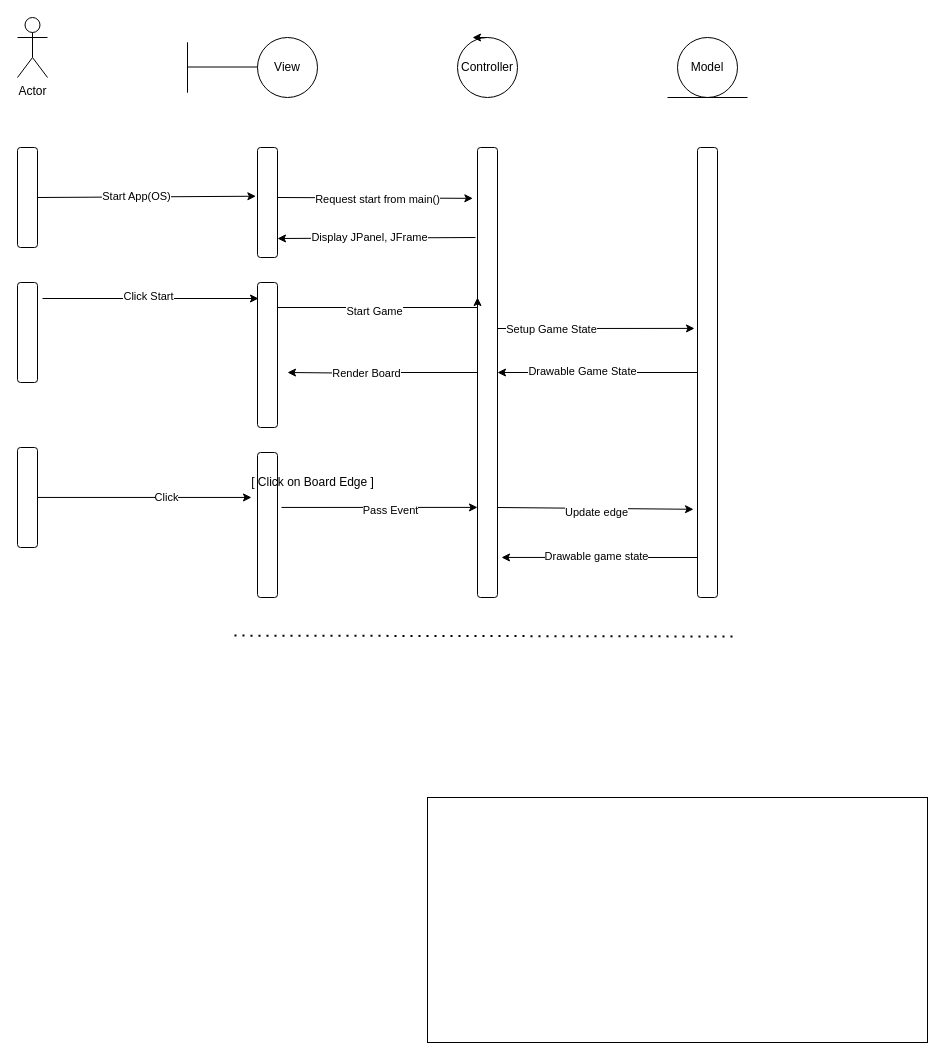
This is UML-activity-diagram.drawio from Juutar/COMP20050SEP2-1, a draw.io file, before an edit. Source tidied: cells renumbered, new cells numbered last; positions are measured from the earlier drawing's top-left corner, leaving out a move shared by most shapes. Both pictures are drawn from the tidied source at 100%, with x=0, y=0 at pixel (17, 17).
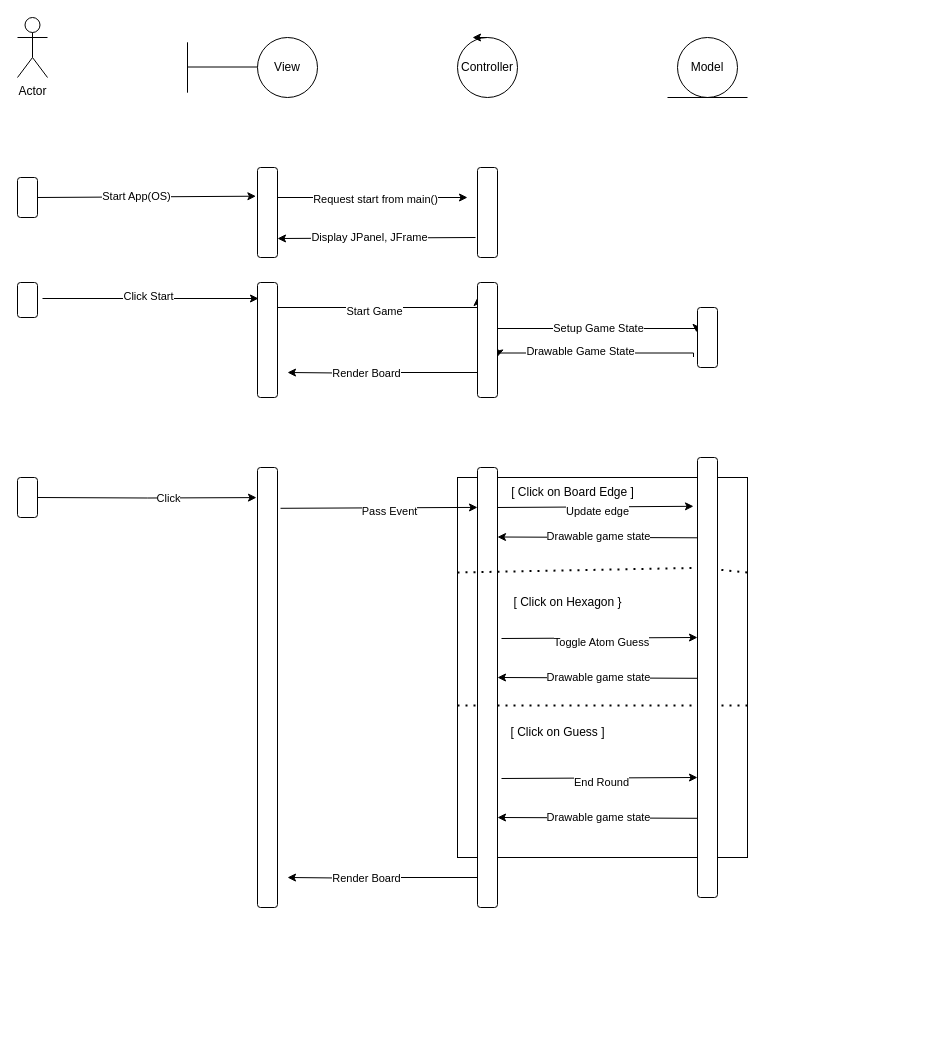
After the change.

Commit message:
Most Logic Done

The edit, as a diff of the source:
```diff
@@
     <mxCell id="10" style="rounded=1;whiteSpace=wrap;html=1;" parent="1" vertex="1">
-      <mxGeometry y="130" width="20" height="100" as="geometry" />
+      <mxGeometry y="160" width="20" height="40" as="geometry" />
     </mxCell>
-    <mxCell id="11" style="rounded=1;whiteSpace=wrap;html=1;" parent="1" vertex="1">
-      <mxGeometry x="240" y="130" width="20" height="110" as="geometry" />
-    </mxCell>
-    <mxCell id="12" style="edgeStyle=orthogonalEdgeStyle;rounded=0;jettySize=auto;html=1;entryX=-0.15;entryY=0.402;entryDx=0;entryDy=0;entryPerimeter=0;" parent="1" edge="1" source="16" target="19">
+    <mxCell id="12" style="edgeStyle=orthogonalEdgeStyle;rounded=0;orthogonalLoop=1;jettySize=auto;html=1;entryX=-0.05;entryY=0.237;entryDx=0;entryDy=0;entryPerimeter=0;" parent="1" edge="1">
       <mxGeometry relative="1" as="geometry">
+        <mxPoint x="480" y="311" as="sourcePoint" />
+        <mxPoint x="679" y="314.9" as="targetPoint" />
         <Array as="points">
-          <mxPoint x="530" y="311" />
-          <mxPoint x="530" y="311" />
+          <mxPoint x="679" y="311" />
         </Array>
       </mxGeometry>
     </mxCell>
     <mxCell id="13" value="Setup Game State" style="edgeLabel;html=1;align=center;verticalAlign=middle;" parent="12" vertex="1">
-      <mxGeometry x="-0.46" y="-1" relative="1" as="geometry" />
+      <mxGeometry x="-0.46" y="-1" relative="1" as="geometry">
+        <mxPoint x="45" y="-2" as="offset" />
+      </mxGeometry>
     </mxCell>
-    <mxCell id="14" style="edgeStyle=orthogonalEdgeStyle;rounded=0;jettySize=auto;html=1;" parent="1" edge="1" source="16">
+    <mxCell id="14" style="edgeStyle=orthogonalEdgeStyle;rounded=0;orthogonalLoop=1;jettySize=auto;html=1;" parent="1" edge="1">
       <mxGeometry relative="1" as="geometry">
+        <mxPoint x="460" y="355" as="sourcePoint" />
         <mxPoint x="270" y="355" as="targetPoint" />
         <Array as="points">
           <mxPoint x="370" y="355" />
           <mxPoint x="370" y="356" />
         </Array>
       </mxGeometry>
     </mxCell>
@@
-    <mxCell id="16" style="rounded=1;whiteSpace=wrap;html=1;" parent="1" vertex="1">
-      <mxGeometry x="460" y="130" width="20" height="450" as="geometry" />
-    </mxCell>
-    <mxCell id="17" style="edgeStyle=orthogonalEdgeStyle;rounded=0;jettySize=auto;html=1;entryX=1;entryY=0.5;entryDx=0;entryDy=0;" parent="1" edge="1" source="19" target="16">
-      <mxGeometry relative="1" as="geometry" />
-    </mxCell>
-    <mxCell id="18" value="Drawable Game State" style="edgeLabel;html=1;align=center;verticalAlign=middle;" parent="17" vertex="1">
-      <mxGeometry x="0.16" y="-2" relative="1" as="geometry" />
-    </mxCell>
-    <mxCell id="19" style="rounded=1;whiteSpace=wrap;html=1;" parent="1" vertex="1">
-      <mxGeometry x="680" y="130" width="20" height="450" as="geometry" />
-    </mxCell>
-    <mxCell id="20" style="endArrow=classic;html=1;rounded=0;entryX=-0.081;entryY=0.443;entryDx=0;entryDy=0;entryPerimeter=0;" parent="1" edge="1" target="11">
+    <mxCell id="20" style="endArrow=classic;html=1;rounded=0;entryX=-0.081;entryY=0.443;entryDx=0;entryDy=0;entryPerimeter=0;" parent="1" edge="1">
       <mxGeometry relative="1" as="geometry">
         <mxPoint x="20" y="180" as="sourcePoint" />
+        <mxPoint x="238.4" y="178.7" as="targetPoint" />
       </mxGeometry>
     </mxCell>
@@
-    <mxCell id="22" style="endArrow=classic;html=1;rounded=0;entryX=-0.233;entryY=0.113;entryDx=0;entryDy=0;entryPerimeter=0;" parent="1" edge="1" target="16">
+    <mxCell id="22" style="endArrow=classic;html=1;rounded=0;" parent="1" edge="1">
       <mxGeometry relative="1" as="geometry">
         <mxPoint x="260" y="180" as="sourcePoint" />
+        <mxPoint x="450" y="180" as="targetPoint" />
       </mxGeometry>
     </mxCell>
@@
     <mxCell id="26" style="rounded=1;whiteSpace=wrap;html=1;" parent="1" vertex="1">
-      <mxGeometry y="265" width="20" height="100" as="geometry" />
+      <mxGeometry y="265" width="20" height="35" as="geometry" />
     </mxCell>
     <mxCell id="27" style="rounded=1;whiteSpace=wrap;html=1;" parent="1" vertex="1">
-      <mxGeometry x="240" y="265" width="20" height="145" as="geometry" />
+      <mxGeometry x="240" y="265" width="20" height="115" as="geometry" />
     </mxCell>
@@
-    <mxCell id="30" style="endArrow=none;dashed=1;html=1;dashPattern=1 3;strokeWidth=2;rounded=0;exitX=-0.006;exitY=0.686;exitDx=0;exitDy=0;exitPerimeter=0;entryX=0.998;entryY=0.69;entryDx=0;entryDy=0;entryPerimeter=0;" parent="1" edge="1">
-      <mxGeometry relative="1" as="geometry">
-        <mxPoint x="217" y="618.1" as="sourcePoint" />
-        <mxPoint x="719" y="619" as="targetPoint" />
-      </mxGeometry>
-    </mxCell>
@@
-    <mxCell id="33" style="rounded=1;whiteSpace=wrap;html=1;" parent="1" vertex="1">
-      <mxGeometry y="430" width="20" height="100" as="geometry" />
-    </mxCell>
-    <mxCell id="34" style="rounded=1;whiteSpace=wrap;html=1;" parent="1" vertex="1">
-      <mxGeometry x="240" y="435" width="20" height="145" as="geometry" />
-    </mxCell>
-    <mxCell id="35" style="edgeStyle=orthogonalEdgeStyle;rounded=0;jettySize=auto;html=1;entryX=-0.3;entryY=0.31;entryDx=0;entryDy=0;entryPerimeter=0;" parent="1" edge="1" source="33" target="34">
-      <mxGeometry relative="1" as="geometry" />
+    <mxCell id="35" style="edgeStyle=orthogonalEdgeStyle;rounded=0;orthogonalLoop=1;jettySize=auto;html=1;entryX=-0.05;entryY=0.093;entryDx=0;entryDy=0;entryPerimeter=0;" parent="1" edge="1">
+      <mxGeometry relative="1" as="geometry">
+        <mxPoint x="20" y="480" as="sourcePoint" />
+        <mxPoint x="239" y="480.1" as="targetPoint" />
+      </mxGeometry>
     </mxCell>
@@
-    <mxCell id="37" style="endArrow=classic;html=1;rounded=0;exitX=1.2;exitY=0.379;exitDx=0;exitDy=0;exitPerimeter=0;entryX=0.48;entryY=0.163;entryDx=0;entryDy=0;entryPerimeter=0;" parent="1" edge="1" source="34">
+    <mxCell id="37" style="endArrow=classic;html=1;rounded=0;exitX=1.15;exitY=0.115;exitDx=0;exitDy=0;exitPerimeter=0;entryX=0.48;entryY=0.163;entryDx=0;entryDy=0;entryPerimeter=0;" parent="1" edge="1">
       <mxGeometry relative="1" as="geometry">
+        <mxPoint x="263" y="490.8" as="sourcePoint" />
         <mxPoint x="460" y="489.9" as="targetPoint" />
       </mxGeometry>
     </mxCell>
@@
     <mxCell id="39" value="[ Click on Board Edge ]" style="text;html=1;align=center;verticalAlign=middle;strokeColor=none;fillColor=none;" parent="1" vertex="1">
-      <mxGeometry x="220" y="450" width="150" height="30" as="geometry" />
+      <mxGeometry x="480" y="460" width="150" height="30" as="geometry" />
     </mxCell>
-    <mxCell id="40" style="endArrow=classic;html=1;rounded=0;entryX=-0.2;entryY=0.804;entryDx=0;entryDy=0;entryPerimeter=0;" parent="1" edge="1" target="19">
+    <mxCell id="40" style="endArrow=classic;html=1;rounded=0;entryX=-0.2;entryY=0.46;entryDx=0;entryDy=0;entryPerimeter=0;" parent="1" edge="1">
       <mxGeometry relative="1" as="geometry">
         <mxPoint x="480" y="490" as="sourcePoint" />
+        <mxPoint x="676" y="488.8" as="targetPoint" />
       </mxGeometry>
     </mxCell>
@@
     <mxCell id="42" style="rounded=0;whiteSpace=wrap;html=1;fillColor=none;" parent="1" vertex="1">
-      <mxGeometry x="410" y="780" width="500" height="245" as="geometry" />
+      <mxGeometry x="440" y="460" width="290" height="380" as="geometry" />
     </mxCell>
-    <mxCell id="43" style="endArrow=classic;html=1;rounded=0;entryX=1.2;entryY=0.911;entryDx=0;entryDy=0;entryPerimeter=0;" parent="1" edge="1" target="16">
-      <mxGeometry relative="1" as="geometry">
-        <mxPoint x="680" y="540" as="sourcePoint" />
-      </mxGeometry>
-    </mxCell>
-    <mxCell id="44" value="Drawable game state" style="edgeLabel;html=1;align=center;verticalAlign=middle;" parent="43" vertex="1">
-      <mxGeometry x="0.04" y="-1" relative="1" as="geometry" />
-    </mxCell>
+    <mxCell id="45" style="edgeStyle=orthogonalEdgeStyle;rounded=0;orthogonalLoop=1;jettySize=auto;html=1;entryX=1.2;entryY=0.33;entryDx=0;entryDy=0;entryPerimeter=0;" parent="1" edge="1">
+      <mxGeometry relative="1" as="geometry">
+        <mxPoint x="676" y="339.5" as="sourcePoint" />
+        <mxPoint x="480" y="339.4" as="targetPoint" />
+        <Array as="points">
+          <mxPoint x="676" y="335.5" />
+          <mxPoint x="481" y="335.5" />
+        </Array>
+      </mxGeometry>
+    </mxCell>
+    <mxCell id="18" value="Drawable Game State" style="edgeLabel;html=1;align=center;verticalAlign=middle;" parent="45" vertex="1">
+      <mxGeometry x="0.16" y="-2" relative="1" as="geometry" />
+    </mxCell>
+    <mxCell id="46" style="endArrow=classic;html=1;rounded=0;entryX=-0.2;entryY=0.46;entryDx=0;entryDy=0;entryPerimeter=0;" parent="1" edge="1">
+      <mxGeometry relative="1" as="geometry">
+        <mxPoint x="484" y="621" as="sourcePoint" />
+        <mxPoint x="680" y="620" as="targetPoint" />
+      </mxGeometry>
+    </mxCell>
+    <mxCell id="47" value="Toggle Atom Guess" style="edgeLabel;html=1;align=center;verticalAlign=middle;" parent="46" vertex="1">
+      <mxGeometry x="0.01" y="-4" relative="1" as="geometry" />
+    </mxCell>
+    <mxCell id="48" style="endArrow=classic;html=1;rounded=0;entryX=-0.2;entryY=0.46;entryDx=0;entryDy=0;entryPerimeter=0;" parent="1" edge="1">
+      <mxGeometry relative="1" as="geometry">
+        <mxPoint x="484" y="761" as="sourcePoint" />
+        <mxPoint x="680" y="760" as="targetPoint" />
+      </mxGeometry>
+    </mxCell>
+    <mxCell id="49" value="End Round" style="edgeLabel;html=1;align=center;verticalAlign=middle;" parent="48" vertex="1">
+      <mxGeometry x="0.01" y="-4" relative="1" as="geometry" />
+    </mxCell>
+    <mxCell id="50" style="endArrow=none;dashed=1;html=1;dashPattern=1 3;strokeWidth=2;rounded=0;exitX=0;exitY=0.25;exitDx=0;exitDy=0;entryX=1;entryY=0.25;entryDx=0;entryDy=0;" parent="1" edge="1" source="70" target="42">
+      <mxGeometry relative="1" as="geometry" />
+    </mxCell>
+    <mxCell id="51" value="[ Click on Hexagon }" style="text;html=1;align=center;verticalAlign=middle;strokeColor=none;fillColor=none;" parent="1" vertex="1">
+      <mxGeometry x="480" y="570" width="140" height="30" as="geometry" />
+    </mxCell>
+    <mxCell id="52" value="[ Click on Guess ]" style="text;html=1;align=center;verticalAlign=middle;strokeColor=none;fillColor=none;" parent="1" vertex="1">
+      <mxGeometry x="480" y="700" width="120" height="30" as="geometry" />
+    </mxCell>
+    <mxCell id="53" style="edgeStyle=orthogonalEdgeStyle;rounded=0;orthogonalLoop=1;jettySize=auto;html=1;" parent="1" edge="1">
+      <mxGeometry relative="1" as="geometry">
+        <mxPoint x="460" y="860" as="sourcePoint" />
+        <mxPoint x="270" y="860" as="targetPoint" />
+        <Array as="points">
+          <mxPoint x="370" y="860" />
+          <mxPoint x="370" y="861" />
+        </Array>
+      </mxGeometry>
+    </mxCell>
+    <mxCell id="54" value="Render Board" style="edgeLabel;html=1;align=center;verticalAlign=middle;" parent="53" vertex="1">
+      <mxGeometry x="0.18" relative="1" as="geometry" />
+    </mxCell>
+    <mxCell id="55" style="endArrow=classic;html=1;rounded=0;entryX=1;entryY=0.493;entryDx=0;entryDy=0;entryPerimeter=0;" parent="1" edge="1">
+      <mxGeometry relative="1" as="geometry">
+        <mxPoint x="680" y="520.3" as="sourcePoint" />
+        <mxPoint x="480" y="519.5" as="targetPoint" />
+      </mxGeometry>
+    </mxCell>
+    <mxCell id="56" value="Drawable game state" style="edgeLabel;html=1;align=center;verticalAlign=middle;" parent="55" vertex="1">
+      <mxGeometry x="0.04" y="-1" relative="1" as="geometry">
+        <mxPoint x="4" as="offset" />
+      </mxGeometry>
+    </mxCell>
+    <mxCell id="57" style="endArrow=classic;html=1;rounded=0;entryX=1;entryY=0.493;entryDx=0;entryDy=0;entryPerimeter=0;" parent="1" edge="1">
+      <mxGeometry relative="1" as="geometry">
+        <mxPoint x="680" y="660.8" as="sourcePoint" />
+        <mxPoint x="480" y="660" as="targetPoint" />
+      </mxGeometry>
+    </mxCell>
+    <mxCell id="58" value="Drawable game state" style="edgeLabel;html=1;align=center;verticalAlign=middle;" parent="57" vertex="1">
+      <mxGeometry x="0.04" y="-1" relative="1" as="geometry">
+        <mxPoint x="4" as="offset" />
+      </mxGeometry>
+    </mxCell>
+    <mxCell id="59" style="endArrow=classic;html=1;rounded=0;entryX=1;entryY=0.493;entryDx=0;entryDy=0;entryPerimeter=0;" parent="1" edge="1">
+      <mxGeometry relative="1" as="geometry">
+        <mxPoint x="680" y="800.8" as="sourcePoint" />
+        <mxPoint x="480" y="800" as="targetPoint" />
+      </mxGeometry>
+    </mxCell>
+    <mxCell id="60" value="Drawable game state" style="edgeLabel;html=1;align=center;verticalAlign=middle;" parent="59" vertex="1">
+      <mxGeometry x="0.04" y="-1" relative="1" as="geometry">
+        <mxPoint x="4" as="offset" />
+      </mxGeometry>
+    </mxCell>
+    <mxCell id="61" style="endArrow=none;dashed=1;html=1;dashPattern=1 3;strokeWidth=2;rounded=0;entryX=-0.017;entryY=0.6;entryDx=0;entryDy=0;entryPerimeter=0;exitX=1;exitY=0.6;exitDx=0;exitDy=0;exitPerimeter=0;" parent="1" edge="1" source="42" target="42">
+      <mxGeometry relative="1" as="geometry" />
+    </mxCell>
+    <mxCell id="62" style="rounded=1;whiteSpace=wrap;html=1;" parent="1" vertex="1">
+      <mxGeometry x="460" y="150" width="20" height="90" as="geometry" />
+    </mxCell>
+    <mxCell id="63" style="rounded=1;whiteSpace=wrap;html=1;" parent="1" vertex="1">
+      <mxGeometry x="460" y="265" width="20" height="115" as="geometry" />
+    </mxCell>
+    <mxCell id="64" style="rounded=1;whiteSpace=wrap;html=1;" parent="1" vertex="1">
+      <mxGeometry x="680" y="290" width="20" height="60" as="geometry" />
+    </mxCell>
+    <mxCell id="65" style="rounded=1;whiteSpace=wrap;html=1;" parent="1" vertex="1">
+      <mxGeometry x="240" y="150" width="20" height="90" as="geometry" />
+    </mxCell>
+    <mxCell id="66" style="rounded=1;whiteSpace=wrap;html=1;" parent="1" vertex="1">
+      <mxGeometry y="460" width="20" height="40" as="geometry" />
+    </mxCell>
+    <mxCell id="67" style="rounded=1;whiteSpace=wrap;html=1;" parent="1" vertex="1">
+      <mxGeometry x="240" y="450" width="20" height="440" as="geometry" />
+    </mxCell>
+    <mxCell id="68" style="rounded=1;whiteSpace=wrap;html=1;" parent="1" vertex="1">
+      <mxGeometry x="460" y="450" width="20" height="440" as="geometry" />
+    </mxCell>
+    <mxCell id="69" style="endArrow=none;dashed=1;html=1;dashPattern=1 3;strokeWidth=2;rounded=0;exitX=0;exitY=0.25;exitDx=0;exitDy=0;entryX=1;entryY=0.25;entryDx=0;entryDy=0;" parent="1" edge="1" source="42" target="70">
+      <mxGeometry relative="1" as="geometry" />
+    </mxCell>
+    <mxCell id="70" style="rounded=1;whiteSpace=wrap;html=1;" parent="1" vertex="1">
+      <mxGeometry x="680" y="440" width="20" height="440" as="geometry" />
+    </mxCell>
```
